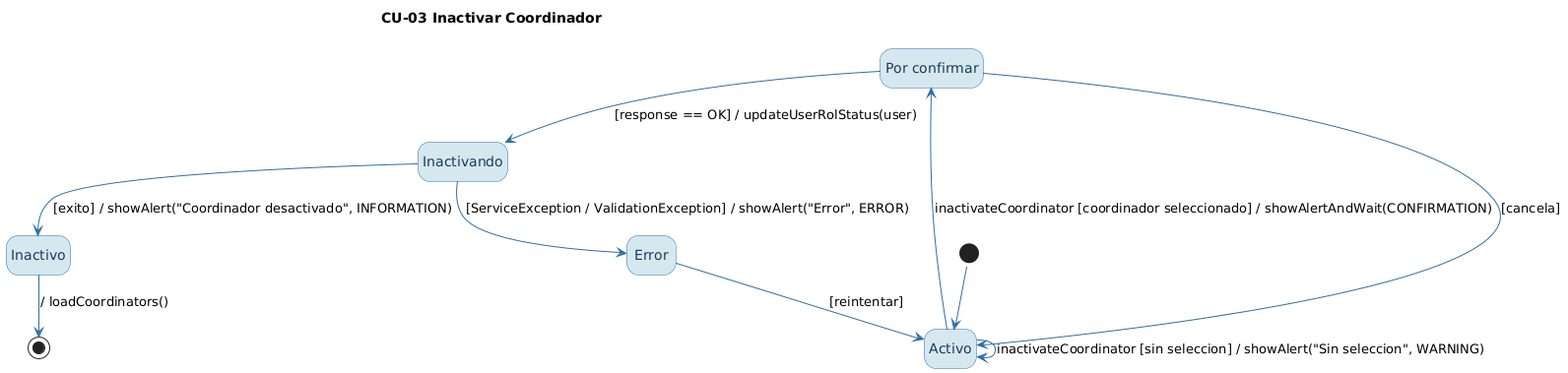
The PlantUML diagram diagramas_estado_img/CU-03_InactivarCoordinador.png in laramontielpedrojose-bit/Nuevo, before a commit. Source of this version:
```plantuml
@startuml
!pragma layout smetana
hide empty description
skinparam shadowing false
skinparam state {
  BackgroundColor #D5E8F0
  BorderColor #2E6FA3
  FontColor #1A3C53
  ArrowColor #2E6FA3
}
title CU-03 Inactivar Coordinador
state "Por confirmar" as PorConfirmar
[*] --> Activo
Activo --> PorConfirmar : inactivateCoordinator [coordinador seleccionado] / showAlertAndWait(CONFIRMATION)
Activo --> Activo : inactivateCoordinator [sin seleccion] / showAlert("Sin seleccion", WARNING)
PorConfirmar --> Inactivando : [response == OK] / updateUserRolStatus(user)
PorConfirmar --> Activo : [cancela]
Inactivando --> Inactivo : [exito] / showAlert("Coordinador desactivado", INFORMATION)
Inactivando --> Error : [ServiceException / ValidationException] / showAlert("Error", ERROR)
Inactivo --> [*] : / loadCoordinators()
Error --> Activo : [reintentar]
@enduml
```
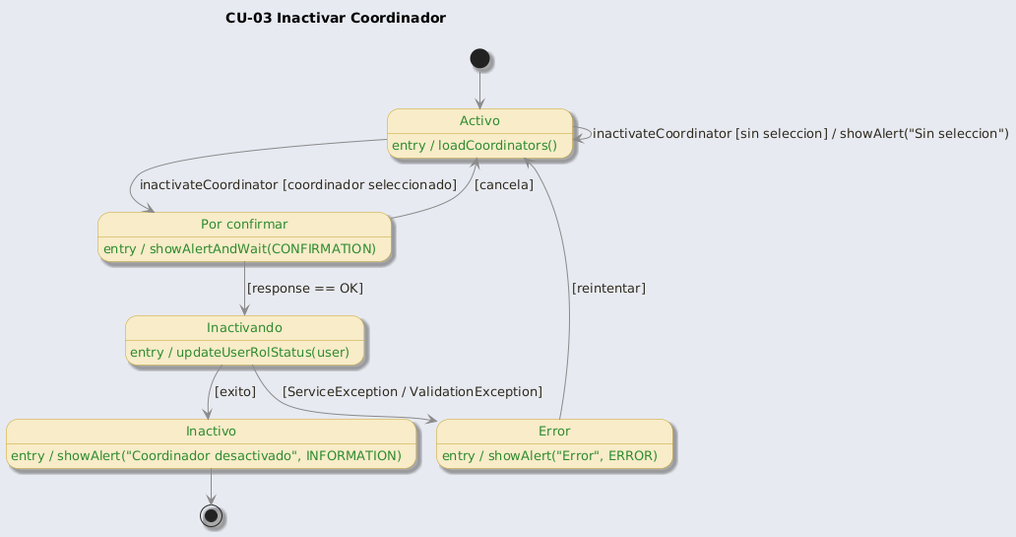
Above is the later version.

The edit, as a diff of the source:
```diff
@@ -1,22 +1,25 @@
 @startuml
 !pragma layout smetana
+!include _estilo.iuml
 hide empty description
-skinparam shadowing false
-skinparam state {
-  BackgroundColor #D5E8F0
-  BorderColor #2E6FA3
-  FontColor #1A3C53
-  ArrowColor #2E6FA3
-}
 title CU-03 Inactivar Coordinador
-state "Por confirmar" as PorConfirmar
+state "Activo" as Activo
+Activo : entry / loadCoordinators()
+state "Por confirmar" as Conf
+Conf : entry / showAlertAndWait(CONFIRMATION)
+state "Inactivando" as Inact
+Inact : entry / updateUserRolStatus(user)
+state "Inactivo" as Off
+Off : entry / showAlert("Coordinador desactivado", INFORMATION)
+state "Error" as Error
+Error : entry / showAlert("Error", ERROR)
 [*] --> Activo
-Activo --> PorConfirmar : inactivateCoordinator [coordinador seleccionado] / showAlertAndWait(CONFIRMATION)
-Activo --> Activo : inactivateCoordinator [sin seleccion] / showAlert("Sin seleccion", WARNING)
-PorConfirmar --> Inactivando : [response == OK] / updateUserRolStatus(user)
-PorConfirmar --> Activo : [cancela]
-Inactivando --> Inactivo : [exito] / showAlert("Coordinador desactivado", INFORMATION)
-Inactivando --> Error : [ServiceException / ValidationException] / showAlert("Error", ERROR)
-Inactivo --> [*] : / loadCoordinators()
+Activo --> Conf : inactivateCoordinator [coordinador seleccionado]
+Activo --> Activo : inactivateCoordinator [sin seleccion] / showAlert("Sin seleccion")
+Conf --> Inact : [response == OK]
+Conf --> Activo : [cancela]
+Inact --> Off : [exito]
+Inact --> Error : [ServiceException / ValidationException]
+Off --> [*]
 Error --> Activo : [reintentar]
 @enduml
```
